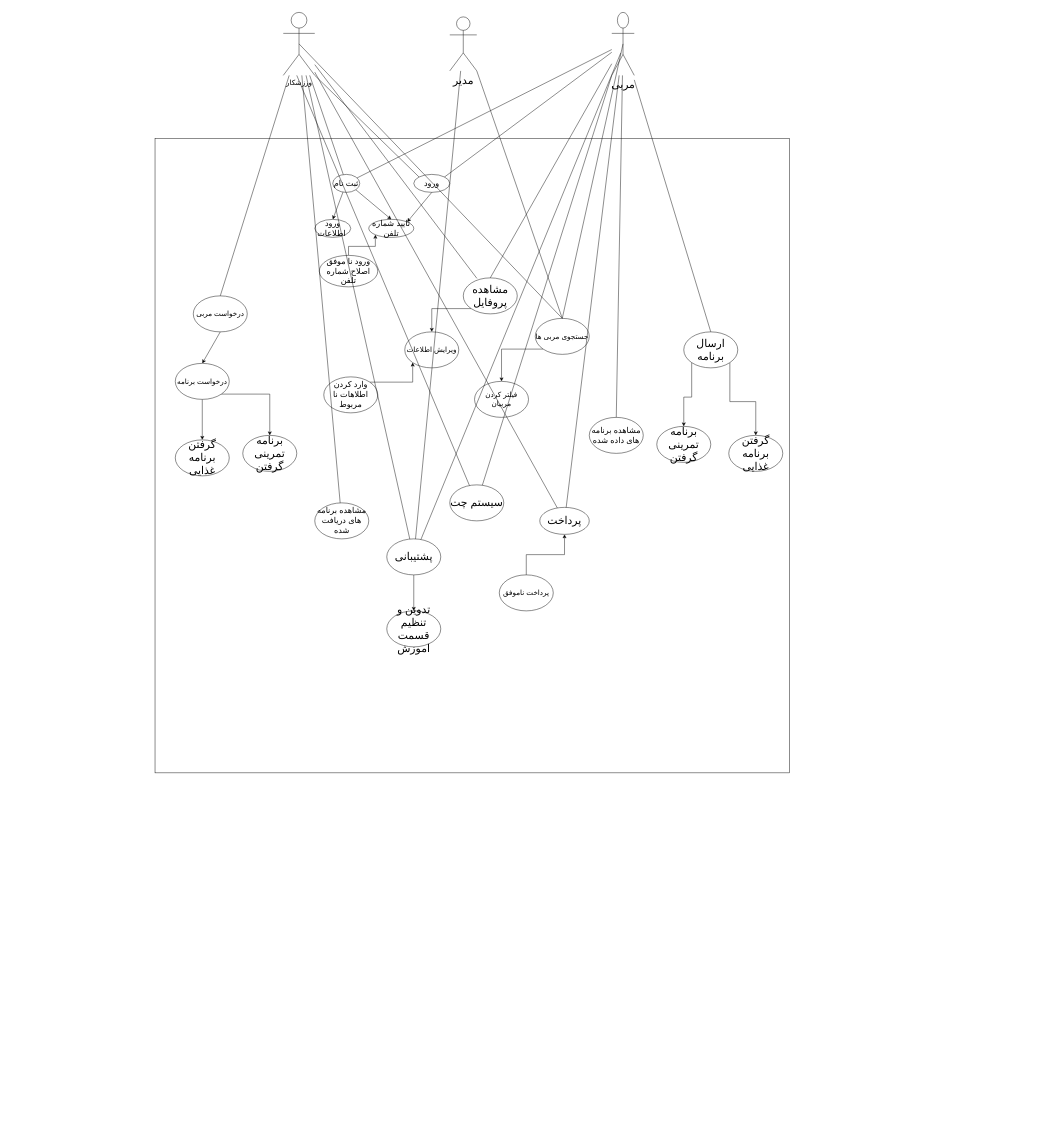
This is Use Case Diagram/Use Case Diagram.drawio from mmohajer9/sama-online-coaching-system, a draw.io file, before an edit. Source tidied: cells renumbered, new cells numbered last; positions are measured from the earlier drawing's top-left corner, leaving out a move shared by most shapes. Both pictures are drawn from the tidied source at 45%, with x=0, y=0 at pixel (155, 12).
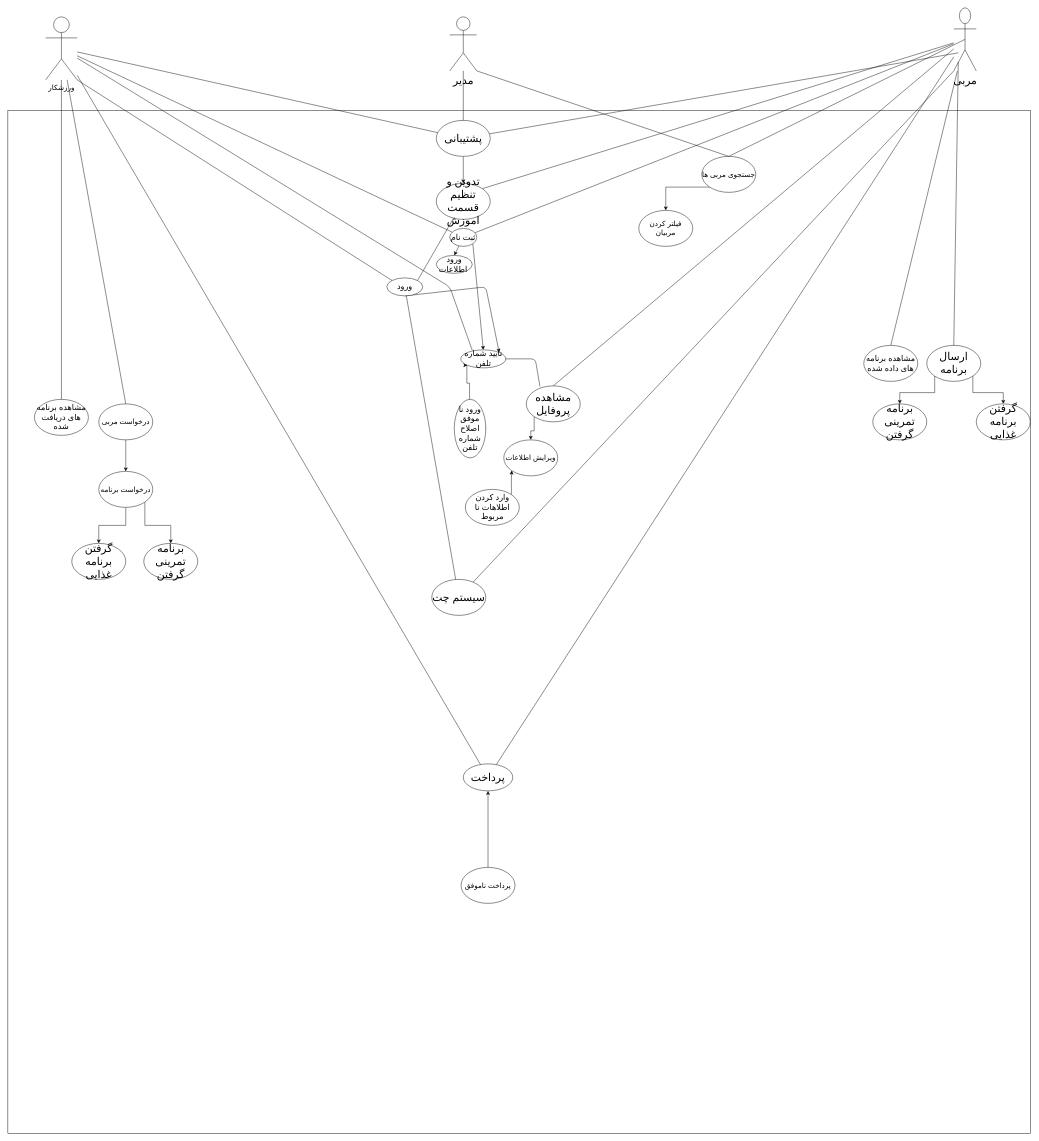
The same diagram, later.

The edit, as a diff of the source:
```diff
@@
     <mxCell id="2" value="&lt;font size=&quot;3&quot;&gt;ورزشکار&lt;/font&gt;" style="shape=umlActor;verticalLabelPosition=bottom;labelBackgroundColor=#ffffff;verticalAlign=top;html=1;outlineConnect=0;" parent="1" vertex="1">
-      <mxGeometry x="285" width="70" height="140" as="geometry" />
+      <mxGeometry x="-243" y="10" width="70" height="140" as="geometry" />
     </mxCell>
     <mxCell id="3" value="&lt;font style=&quot;font-size: 24px&quot;&gt;مربی&lt;/font&gt;" style="shape=umlActor;verticalLabelPosition=bottom;labelBackgroundColor=#ffffff;verticalAlign=top;html=1;outlineConnect=0;" parent="1" vertex="1">
-      <mxGeometry x="1015" width="50" height="140" as="geometry" />
+      <mxGeometry x="1775" y="-10" width="50" height="140" as="geometry" />
     </mxCell>
@@
     <mxCell id="5" style="whiteSpace=wrap;html=1;" parent="1" vertex="1">
-      <mxGeometry y="280" width="1410" height="1410" as="geometry" />
+      <mxGeometry x="-327" y="218" width="2273" height="2273" as="geometry" />
     </mxCell>
     <mxCell id="6" value="&lt;font style=&quot;font-size: 18px&quot;&gt;ثبت نام&lt;/font&gt;" style="ellipse;whiteSpace=wrap;html=1;" parent="1" vertex="1">
-      <mxGeometry x="395" y="360" width="60" height="40" as="geometry" />
+      <mxGeometry x="655" y="480" width="60" height="40" as="geometry" />
     </mxCell>
@@
     <mxCell id="10" value="&lt;font style=&quot;font-size: 18px&quot;&gt;ورود اطلاعات&amp;nbsp;&lt;/font&gt;" style="ellipse;whiteSpace=wrap;html=1;" parent="1" vertex="1">
-      <mxGeometry x="355" y="460" width="80" height="40" as="geometry" />
+      <mxGeometry x="625" y="540" width="80" height="40" as="geometry" />
     </mxCell>
     <mxCell id="11" style="edgeStyle=orthogonalEdgeStyle;rounded=0;jettySize=auto;html=1;exitX=0.5;exitY=0;exitDx=0;exitDy=0;entryX=0;entryY=1;entryDx=0;entryDy=0;" parent="1" edge="1" source="18" target="12">
-      <mxGeometry relative="1" as="geometry" />
+      <mxGeometry relative="1" as="geometry">
+        <Array as="points">
+          <mxPoint x="699" y="924" />
+          <mxPoint x="699" y="824" />
+          <mxPoint x="693" y="824" />
+        </Array>
+      </mxGeometry>
     </mxCell>
-    <mxCell id="12" value="&lt;font style=&quot;font-size: 18px&quot;&gt;تایید شماره تلفن&lt;/font&gt;" style="ellipse;whiteSpace=wrap;html=1;" parent="1" vertex="1">
-      <mxGeometry x="475" y="460" width="100" height="40" as="geometry" />
-    </mxCell>
@@
-    <mxCell id="14" value="&lt;font style=&quot;font-size: 18px&quot;&gt;ورود&lt;/font&gt;" style="ellipse;whiteSpace=wrap;html=1;" parent="1" vertex="1">
-      <mxGeometry x="575" y="360" width="80" height="40" as="geometry" />
-    </mxCell>
     <mxCell id="15" style="endArrow=classic;html=1;exitX=0.5;exitY=1;exitDx=0;exitDy=0;entryX=1;entryY=0;entryDx=0;entryDy=0;" parent="1" edge="1" source="14" target="12">
-      <mxGeometry relative="1" as="geometry" />
+      <mxGeometry relative="1" as="geometry">
+        <Array as="points">
+          <mxPoint x="735" y="610" />
+        </Array>
+      </mxGeometry>
     </mxCell>
@@
-    <mxCell id="17" style="endArrow=none;html=1;exitX=1;exitY=0;exitDx=0;exitDy=0;" parent="1" edge="1" source="14" target="3">
+    <mxCell id="17" style="endArrow=none;html=1;exitX=1;exitY=0;exitDx=0;exitDy=0;" parent="1" edge="1" source="55" target="3">
       <mxGeometry relative="1" as="geometry" />
     </mxCell>
-    <mxCell id="18" value="&lt;font style=&quot;font-size: 18px&quot;&gt;ورود نا موفق اصلاح شماره تلفن&lt;/font&gt;" style="ellipse;whiteSpace=wrap;html=1;" parent="1" vertex="1">
-      <mxGeometry x="365" y="540" width="130" height="70" as="geometry" />
+    <mxCell id="18" value="&lt;font style=&quot;font-size: 18px&quot;&gt;ورود نا موفق اصلاح شماره تلفن&lt;/font&gt;" style="ellipse;whiteSpace=wrap;html=1;direction=south;" parent="1" vertex="1">
+      <mxGeometry x="665" y="860" width="70" height="130" as="geometry" />
     </mxCell>
@@
     <mxCell id="20" value="&lt;font style=&quot;font-size: 24px&quot;&gt;مشاهده پروفایل&lt;/font&gt;" style="ellipse;whiteSpace=wrap;html=1;" parent="1" vertex="1">
-      <mxGeometry x="685" y="590" width="120" height="80" as="geometry" />
+      <mxGeometry x="825" y="830" width="120" height="80" as="geometry" />
     </mxCell>
     <mxCell id="21" value="&lt;font size=&quot;3&quot;&gt;ویرایش اطلاعات&lt;/font&gt;" style="ellipse;whiteSpace=wrap;html=1;" parent="1" vertex="1">
-      <mxGeometry x="555" y="710" width="120" height="80" as="geometry" />
+      <mxGeometry x="775" y="950" width="120" height="80" as="geometry" />
     </mxCell>
@@
     <mxCell id="23" value="&lt;font style=&quot;font-size: 18px&quot;&gt;وارد کردن اطلاهات نا مربوط&lt;/font&gt;" style="ellipse;whiteSpace=wrap;html=1;" parent="1" vertex="1">
-      <mxGeometry x="375" y="810" width="120" height="80" as="geometry" />
+      <mxGeometry x="689.5" y="1060" width="120" height="80" as="geometry" />
     </mxCell>
@@
     <mxCell id="25" value="&lt;font size=&quot;3&quot;&gt;جستجوی مربی ها&lt;/font&gt;" style="ellipse;whiteSpace=wrap;html=1;" parent="1" vertex="1">
-      <mxGeometry x="845" y="680" width="120" height="80" as="geometry" />
+      <mxGeometry x="1215" y="320" width="120" height="80" as="geometry" />
     </mxCell>
     <mxCell id="26" value="&lt;font size=&quot;3&quot;&gt;فیلتر کردن مربیان&lt;/font&gt;" style="ellipse;whiteSpace=wrap;html=1;" parent="1" vertex="1">
-      <mxGeometry x="710" y="820" width="120" height="80" as="geometry" />
+      <mxGeometry x="1075" y="440" width="120" height="80" as="geometry" />
     </mxCell>
     <mxCell id="27" value="&lt;font size=&quot;3&quot;&gt;درخواست مربی&lt;/font&gt;" style="ellipse;whiteSpace=wrap;html=1;" parent="1" vertex="1">
-      <mxGeometry x="85" y="630" width="120" height="80" as="geometry" />
+      <mxGeometry x="-125" y="870" width="120" height="80" as="geometry" />
     </mxCell>
@@
     <mxCell id="31" value="&lt;font size=&quot;3&quot;&gt;درخواست برنامه&lt;/font&gt;" style="ellipse;whiteSpace=wrap;html=1;" parent="1" vertex="1">
-      <mxGeometry x="45" y="780" width="120" height="80" as="geometry" />
+      <mxGeometry x="-125" y="1020" width="120" height="80" as="geometry" />
     </mxCell>
@@
-    <mxCell id="34" style="endArrow=none;html=1;exitX=0.253;exitY=0.015;exitDx=0;exitDy=0;exitPerimeter=0;" parent="1" edge="1" source="20" target="2">
-      <mxGeometry relative="1" as="geometry" />
+    <mxCell id="34" style="endArrow=none;html=1;exitX=0.253;exitY=0.015;exitDx=0;exitDy=0;exitPerimeter=0;" parent="1" edge="1" source="12" target="2">
+      <mxGeometry relative="1" as="geometry">
+        <Array as="points">
+          <mxPoint x="655" y="610" />
+        </Array>
+      </mxGeometry>
     </mxCell>
     <mxCell id="35" value="&lt;font style=&quot;font-size: 24px&quot;&gt;گرفتن برنامه غذایی&lt;/font&gt;" style="ellipse;whiteSpace=wrap;html=1;" parent="1" vertex="1">
-      <mxGeometry x="45" y="950" width="120" height="80" as="geometry" />
+      <mxGeometry x="-185" y="1180" width="120" height="80" as="geometry" />
     </mxCell>
     <mxCell id="36" value="&lt;font style=&quot;font-size: 24px&quot;&gt;برنامه تمرینی&lt;br&gt;گرفتن&lt;br&gt;&lt;/font&gt;" style="ellipse;whiteSpace=wrap;html=1;" parent="1" vertex="1">
-      <mxGeometry x="195" y="940" width="120" height="80" as="geometry" />
+      <mxGeometry x="-25" y="1180" width="120" height="80" as="geometry" />
     </mxCell>
     <mxCell id="37" value="&lt;font style=&quot;font-size: 18px&quot;&gt;مشاهده برنامه های دریافت شده&lt;/font&gt;" style="ellipse;whiteSpace=wrap;html=1;" parent="1" vertex="1">
-      <mxGeometry x="355" y="1090" width="120" height="80" as="geometry" />
+      <mxGeometry x="-268" y="860" width="120" height="80" as="geometry" />
     </mxCell>
@@
     <mxCell id="39" value="&lt;font style=&quot;font-size: 18px&quot;&gt;مشاهده برنامه های داده شده&lt;/font&gt;" style="ellipse;whiteSpace=wrap;html=1;" parent="1" vertex="1">
-      <mxGeometry x="965" y="900" width="120" height="80" as="geometry" />
+      <mxGeometry x="1575" y="740" width="120" height="80" as="geometry" />
     </mxCell>
@@
     <mxCell id="43" value="&lt;font style=&quot;font-size: 24px&quot;&gt;ارسال برنامه&lt;/font&gt;" style="ellipse;whiteSpace=wrap;html=1;" parent="1" vertex="1">
-      <mxGeometry x="1175" y="710" width="120" height="80" as="geometry" />
+      <mxGeometry x="1715" y="740" width="120" height="80" as="geometry" />
     </mxCell>
     <mxCell id="44" style="endArrow=none;html=1;entryX=0.5;entryY=0;entryDx=0;entryDy=0;" parent="1" edge="1" target="43">
       <mxGeometry relative="1" as="geometry">
-        <mxPoint x="1065" y="150" as="sourcePoint" />
+        <mxPoint x="1785" y="110" as="sourcePoint" />
       </mxGeometry>
     </mxCell>
     <mxCell id="45" value="&lt;span style=&quot;font-size: 24px&quot;&gt;برنامه تمرینی&lt;/span&gt;&lt;br style=&quot;font-size: 24px&quot;&gt;&lt;span style=&quot;font-size: 24px&quot;&gt;گرفتن&lt;/span&gt;" style="ellipse;whiteSpace=wrap;html=1;" parent="1" vertex="1">
-      <mxGeometry x="1115" y="920" width="120" height="80" as="geometry" />
+      <mxGeometry x="1595" y="870" width="120" height="80" as="geometry" />
     </mxCell>
     <mxCell id="46" value="&lt;span style=&quot;font-size: 24px&quot;&gt;گرفتن برنامه غذایی&lt;/span&gt;" style="ellipse;whiteSpace=wrap;html=1;" parent="1" vertex="1">
-      <mxGeometry x="1275" y="940" width="120" height="80" as="geometry" />
+      <mxGeometry x="1825" y="870" width="120" height="80" as="geometry" />
     </mxCell>
     <mxCell id="47" value="&lt;font style=&quot;font-size: 24px&quot;&gt;سیستم چت&lt;/font&gt;" style="ellipse;whiteSpace=wrap;html=1;" parent="1" vertex="1">
-      <mxGeometry x="655" y="1050" width="120" height="80" as="geometry" />
+      <mxGeometry x="615" y="1260" width="120" height="80" as="geometry" />
     </mxCell>
@@
-    <mxCell id="49" style="endArrow=none;html=1;" parent="1" edge="1" source="47">
-      <mxGeometry relative="1" as="geometry">
-        <mxPoint x="315" y="140" as="targetPoint" />
-      </mxGeometry>
-    </mxCell>
     <mxCell id="50" value="&lt;font style=&quot;font-size: 24px&quot;&gt;پرداخت&lt;/font&gt;" style="ellipse;whiteSpace=wrap;html=1;" parent="1" vertex="1">
-      <mxGeometry x="855" y="1100" width="110" height="60" as="geometry" />
+      <mxGeometry x="685" y="1670" width="110" height="60" as="geometry" />
     </mxCell>
@@
     <mxCell id="54" value="&lt;font style=&quot;font-size: 24px&quot;&gt;پشتیبانی&lt;/font&gt;" style="ellipse;whiteSpace=wrap;html=1;" parent="1" vertex="1">
-      <mxGeometry x="515" y="1170" width="120" height="80" as="geometry" />
+      <mxGeometry x="625" y="240" width="120" height="80" as="geometry" />
     </mxCell>
-    <mxCell id="55" value="&lt;span style=&quot;font-size: 24px&quot;&gt;تدوین و تنظیم قسمت اموزش&lt;/span&gt;" style="ellipse;whiteSpace=wrap;html=1;" parent="1" vertex="1">
-      <mxGeometry x="515" y="1330" width="120" height="80" as="geometry" />
-    </mxCell>
@@
     <mxCell id="58" style="endArrow=none;html=1;" parent="1" edge="1" source="54">
       <mxGeometry relative="1" as="geometry">
-        <mxPoint x="1035" y="90" as="targetPoint" />
+        <mxPoint x="1785" y="90" as="targetPoint" />
       </mxGeometry>
     </mxCell>
@@
     <mxCell id="60" value="&lt;font size=&quot;3&quot;&gt;پرداخت ناموفق&lt;/font&gt;" style="ellipse;whiteSpace=wrap;html=1;" parent="1" vertex="1">
-      <mxGeometry x="765" y="1250" width="120" height="80" as="geometry" />
+      <mxGeometry x="680" y="1900" width="120" height="80" as="geometry" />
     </mxCell>
@@
-    <mxCell id="62" style="endArrow=none;html=1;exitX=0.5;exitY=0;exitDx=0;exitDy=0;entryX=0.5;entryY=0.5;entryDx=0;entryDy=0;entryPerimeter=0;" parent="1" edge="1" source="25" target="2">
-      <mxGeometry relative="1" as="geometry" />
-    </mxCell>
@@
+    <mxCell id="12" value="&lt;font style=&quot;font-size: 18px&quot;&gt;تایید شماره تلفن&lt;/font&gt;" style="ellipse;whiteSpace=wrap;html=1;" parent="1" vertex="1">
+      <mxGeometry x="679.5" y="750" width="100" height="40" as="geometry" />
+    </mxCell>
+    <mxCell id="64" style="endArrow=none;html=1;exitX=0.253;exitY=0.015;exitDx=0;exitDy=0;exitPerimeter=0;" parent="1" edge="1" source="20" target="12">
+      <mxGeometry relative="1" as="geometry">
+        <Array as="points">
+          <mxPoint x="845" y="770" />
+        </Array>
+      </mxGeometry>
+    </mxCell>
+    <mxCell id="14" value="&lt;font style=&quot;font-size: 18px&quot;&gt;ورود&lt;/font&gt;" style="ellipse;whiteSpace=wrap;html=1;" parent="1" vertex="1">
+      <mxGeometry x="515" y="590" width="80" height="40" as="geometry" />
+    </mxCell>
+    <mxCell id="65" style="endArrow=none;html=1;" parent="1" edge="1" source="47" target="14">
+      <mxGeometry relative="1" as="geometry" />
+    </mxCell>
+    <mxCell id="55" value="&lt;span style=&quot;font-size: 24px&quot;&gt;تدوین و تنظیم قسمت اموزش&lt;/span&gt;" style="ellipse;whiteSpace=wrap;html=1;" parent="1" vertex="1">
+      <mxGeometry x="625" y="380" width="120" height="80" as="geometry" />
+    </mxCell>
+    <mxCell id="66" style="endArrow=none;html=1;exitX=1;exitY=0;exitDx=0;exitDy=0;" parent="1" edge="1" source="14" target="55">
+      <mxGeometry relative="1" as="geometry" />
+    </mxCell>
```
